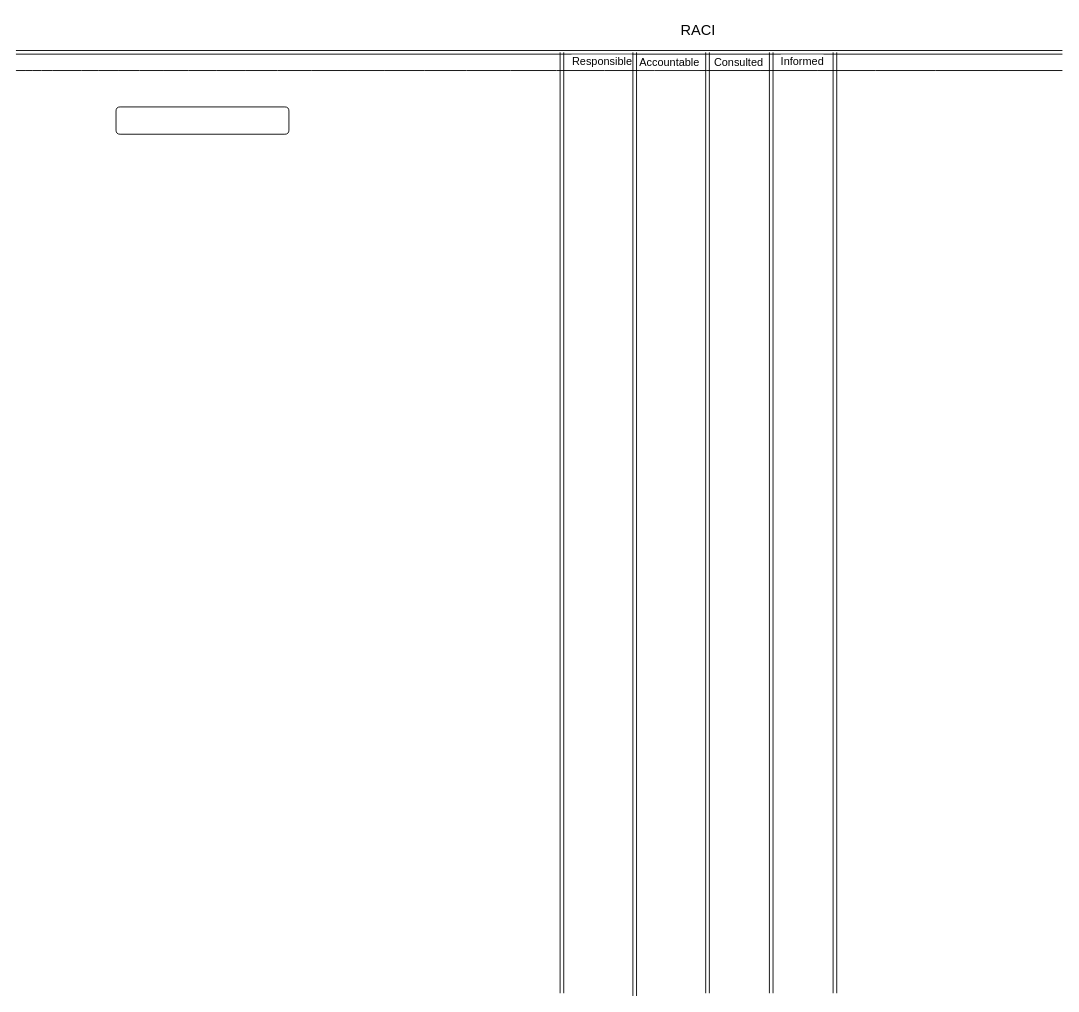
The draw.io diagram Untitled Diagram.drawio in srivats2/dotfiles, before the edit. Source tidied: cells renumbered, new cells numbered last; positions are measured from the earlier drawing's top-left corner, leaving out a move shared by most shapes. Both pictures are drawn from the tidied source at 91%, with x=0, y=0 at pixel (15, 15).
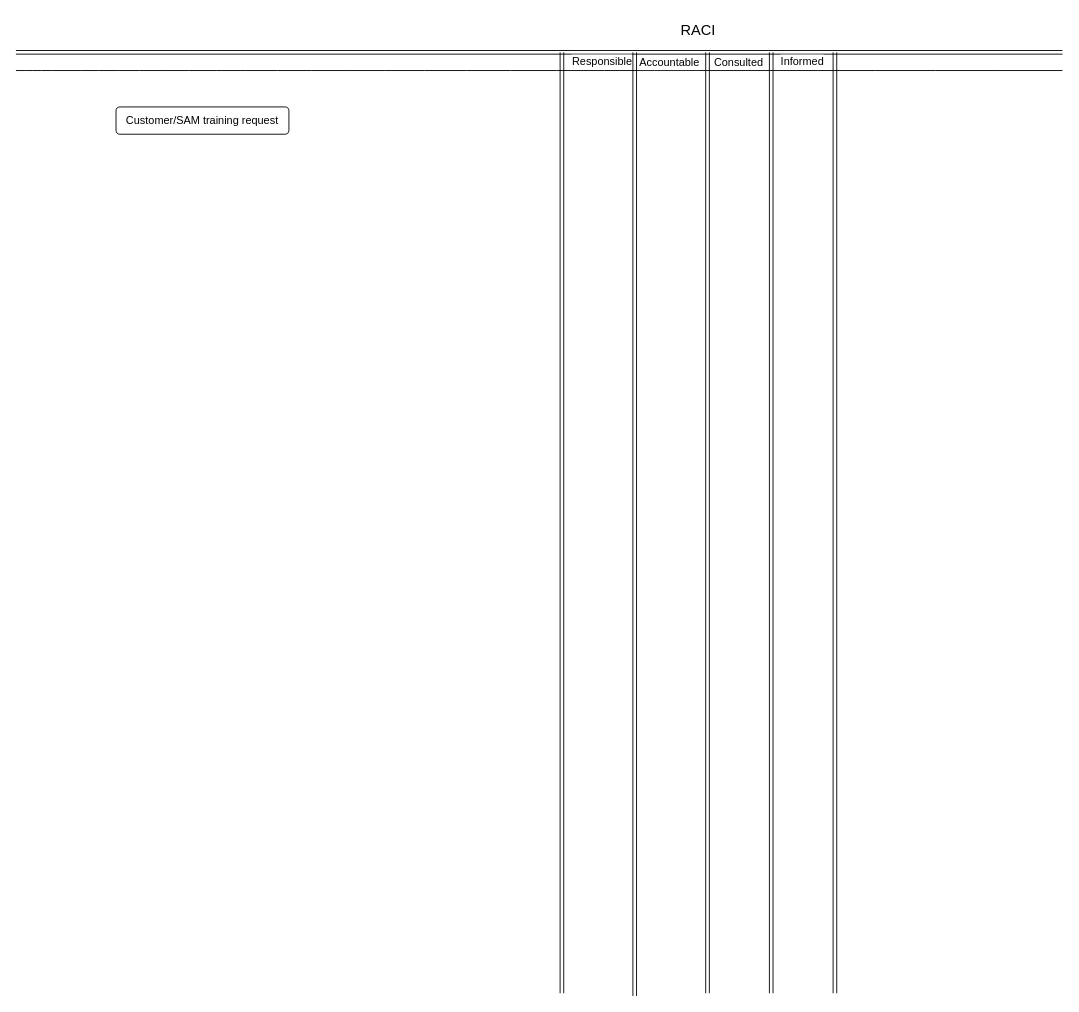
The same diagram, later.

What changed in the source:
```diff
@@
-    <mxCell id="2" style="rounded=1;whiteSpace=wrap;html=1;" parent="1" vertex="1">
+    <mxCell id="2" value="Customer/SAM training request" style="rounded=1;whiteSpace=wrap;html=1;" parent="1" vertex="1">
       <mxGeometry x="110" y="100" width="190" height="30" as="geometry" />
     </mxCell>
```
